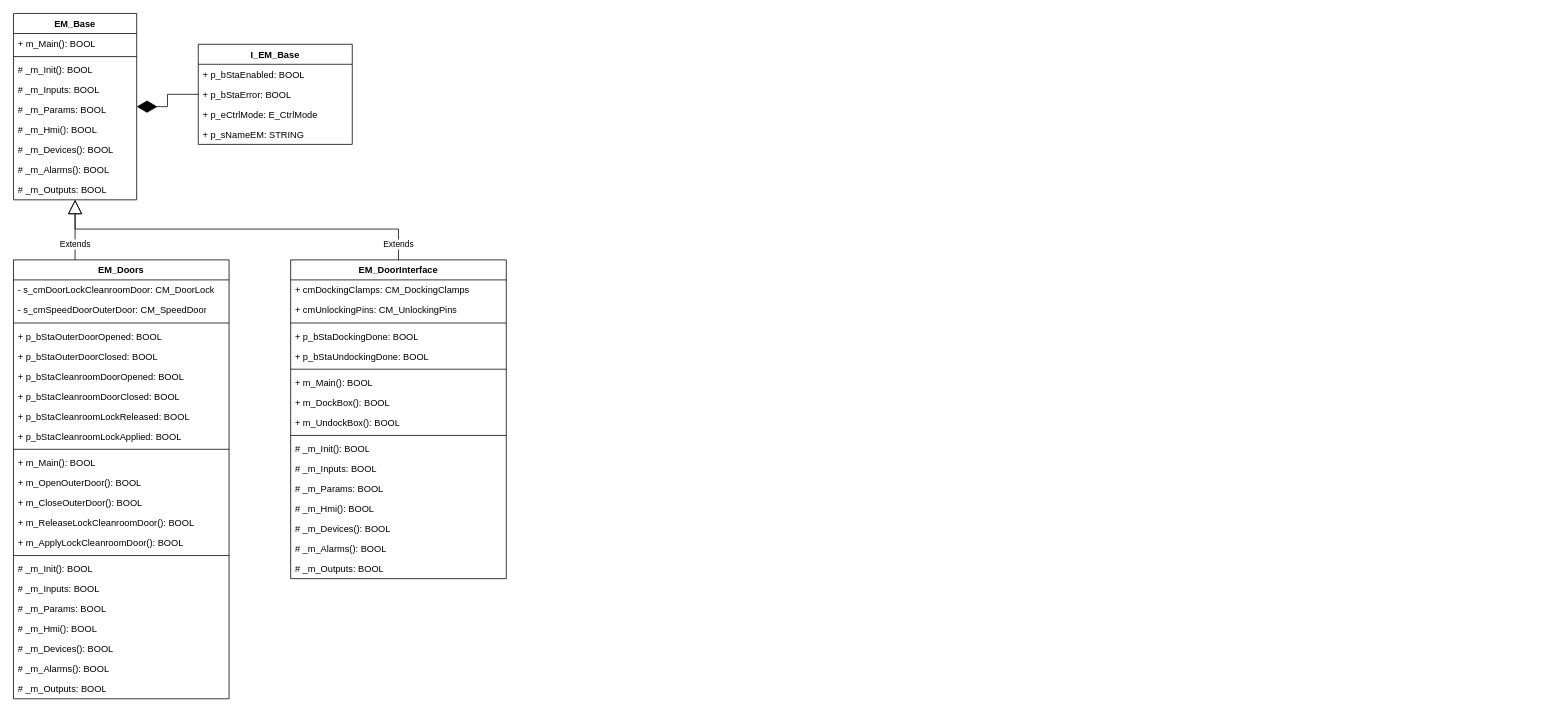
Above: page "EM's" (4 of 6) of Documentation/Software architecture.drawio in KMWE/KMWE_CleanroomConnect (draw.io), before the change. Source tidied: cells renumbered, new cells numbered last; positions are measured from the earlier drawing's top-left corner, leaving out a move shared by most shapes. Both pictures are drawn from the tidied source at 77%, with x=0, y=0 at pixel (13, 13).
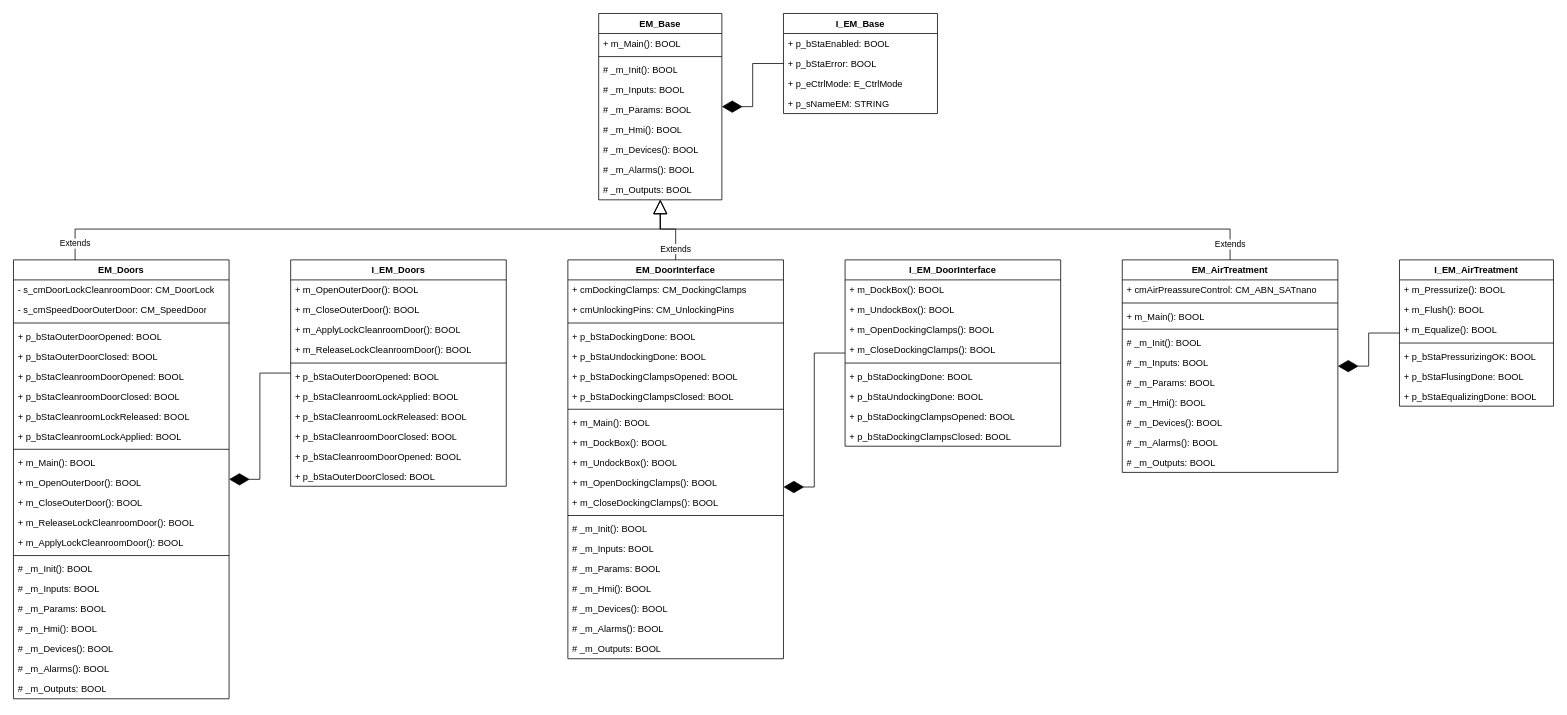
After the change.

Unchanged cells that the change refers to:
```xml
<mxCell id="18" value="EM_Doors" style="swimlane;fontStyle=1;align=center;verticalAlign=top;horizontal=1;startSize=26;whiteSpace=wrap;html=1;" parent="1" vertex="1">
  <mxGeometry y="320" width="280" height="570" as="geometry" />
</mxCell>
```

Change to the diagram source:
```diff
@@
     <mxCell id="2" value="EM_Base" style="swimlane;fontStyle=1;align=center;verticalAlign=top;horizontal=1;startSize=26;whiteSpace=wrap;html=1;" parent="1" vertex="1">
-      <mxGeometry width="160" height="242" as="geometry" />
+      <mxGeometry x="760" width="160" height="242" as="geometry" />
     </mxCell>
@@
     <mxCell id="12" value="I_EM_Base" style="swimlane;fontStyle=1;align=center;verticalAlign=top;horizontal=1;startSize=26;whiteSpace=wrap;html=1;" parent="1" vertex="1">
-      <mxGeometry x="240" y="40" width="200" height="130" as="geometry" />
+      <mxGeometry x="1000" width="200" height="130" as="geometry" />
     </mxCell>
@@
     <mxCell id="42" value="Extends" style="endArrow=block;endSize=16;endFill=0;html=1;rounded=0;edgeStyle=orthogonalEdgeStyle;" parent="1" edge="1" source="18" target="2">
-      <mxGeometry x="-0.49" relative="1" as="geometry">
+      <mxGeometry x="-0.95" relative="1" as="geometry">
         <Array as="points">
-          <mxPoint x="80" y="260" />
-          <mxPoint x="80" y="260" />
+          <mxPoint x="80" y="280" />
+          <mxPoint x="840" y="280" />
         </Array>
       </mxGeometry>
     </mxCell>
     <mxCell id="43" value="EM_DoorInterface" style="swimlane;fontStyle=1;align=center;verticalAlign=top;horizontal=1;startSize=26;whiteSpace=wrap;html=1;" parent="1" vertex="1">
-      <mxGeometry x="360" y="320" width="280" height="414" as="geometry" />
+      <mxGeometry x="720" y="320" width="280" height="518" as="geometry" />
     </mxCell>
@@
+    <mxCell id="62" value="+ p_bStaDockingClampsOpened: BOOL" style="text;strokeColor=none;fillColor=none;align=left;verticalAlign=top;spacingLeft=4;spacingRight=4;overflow=hidden;whiteSpace=wrap;html=1;" parent="43" vertex="1">
+      <mxGeometry y="138" width="280" height="26" as="geometry" />
+    </mxCell>
+    <mxCell id="63" value="+ p_bStaDockingClampsClosed: BOOL" style="text;strokeColor=none;fillColor=none;align=left;verticalAlign=top;spacingLeft=4;spacingRight=4;overflow=hidden;whiteSpace=wrap;html=1;" parent="43" vertex="1">
+      <mxGeometry y="164" width="280" height="26" as="geometry" />
+    </mxCell>
     <mxCell id="49" style="line;strokeWidth=1;fillColor=none;align=left;verticalAlign=middle;spacingTop=-1;spacingLeft=3;spacingRight=3;labelPosition=right;strokeColor=inherit;" parent="43" vertex="1">
-      <mxGeometry y="138" width="280" height="8" as="geometry" />
+      <mxGeometry y="190" width="280" height="8" as="geometry" />
     </mxCell>
     <mxCell id="50" value="+ m_Main(): BOOL" style="text;strokeColor=none;fillColor=none;align=left;verticalAlign=top;spacingLeft=4;spacingRight=4;overflow=hidden;whiteSpace=wrap;html=1;" parent="43" vertex="1">
-      <mxGeometry y="146" width="280" height="26" as="geometry" />
+      <mxGeometry y="198" width="280" height="26" as="geometry" />
     </mxCell>
     <mxCell id="51" value="+ m_DockBox(): BOOL" style="text;strokeColor=none;fillColor=none;align=left;verticalAlign=top;spacingLeft=4;spacingRight=4;overflow=hidden;whiteSpace=wrap;html=1;" parent="43" vertex="1">
-      <mxGeometry y="172" width="280" height="26" as="geometry" />
+      <mxGeometry y="224" width="280" height="26" as="geometry" />
     </mxCell>
     <mxCell id="52" value="+ m_UndockBox(): BOOL" style="text;strokeColor=none;fillColor=none;align=left;verticalAlign=top;spacingLeft=4;spacingRight=4;overflow=hidden;whiteSpace=wrap;html=1;" parent="43" vertex="1">
-      <mxGeometry y="198" width="280" height="26" as="geometry" />
+      <mxGeometry y="250" width="280" height="26" as="geometry" />
     </mxCell>
+    <mxCell id="64" value="+ m_OpenDockingClamps(): BOOL" style="text;strokeColor=none;fillColor=none;align=left;verticalAlign=top;spacingLeft=4;spacingRight=4;overflow=hidden;whiteSpace=wrap;html=1;" parent="43" vertex="1">
+      <mxGeometry y="276" width="280" height="26" as="geometry" />
+    </mxCell>
+    <mxCell id="65" value="+ m_CloseDockingClamps(): BOOL" style="text;strokeColor=none;fillColor=none;align=left;verticalAlign=top;spacingLeft=4;spacingRight=4;overflow=hidden;whiteSpace=wrap;html=1;" parent="43" vertex="1">
+      <mxGeometry y="302" width="280" height="26" as="geometry" />
+    </mxCell>
     <mxCell id="53" style="line;strokeWidth=1;fillColor=none;align=left;verticalAlign=middle;spacingTop=-1;spacingLeft=3;spacingRight=3;labelPosition=right;strokeColor=inherit;" parent="43" vertex="1">
-      <mxGeometry y="224" width="280" height="8" as="geometry" />
+      <mxGeometry y="328" width="280" height="8" as="geometry" />
     </mxCell>
     <mxCell id="54" value="# _m_Init(): BOOL" style="text;strokeColor=none;fillColor=none;align=left;verticalAlign=top;spacingLeft=4;spacingRight=4;overflow=hidden;whiteSpace=wrap;html=1;" parent="43" vertex="1">
-      <mxGeometry y="232" width="280" height="26" as="geometry" />
+      <mxGeometry y="336" width="280" height="26" as="geometry" />
     </mxCell>
     <mxCell id="55" value="# _m_Inputs: BOOL" style="text;strokeColor=none;fillColor=none;align=left;verticalAlign=top;spacingLeft=4;spacingRight=4;overflow=hidden;whiteSpace=wrap;html=1;" parent="43" vertex="1">
-      <mxGeometry y="258" width="280" height="26" as="geometry" />
+      <mxGeometry y="362" width="280" height="26" as="geometry" />
     </mxCell>
     <mxCell id="56" value="# _m_Params: BOOL" style="text;strokeColor=none;fillColor=none;align=left;verticalAlign=top;spacingLeft=4;spacingRight=4;overflow=hidden;whiteSpace=wrap;html=1;" parent="43" vertex="1">
-      <mxGeometry y="284" width="280" height="26" as="geometry" />
+      <mxGeometry y="388" width="280" height="26" as="geometry" />
     </mxCell>
     <mxCell id="57" value="# _m_Hmi(): BOOL" style="text;strokeColor=none;fillColor=none;align=left;verticalAlign=top;spacingLeft=4;spacingRight=4;overflow=hidden;whiteSpace=wrap;html=1;" parent="43" vertex="1">
-      <mxGeometry y="310" width="280" height="26" as="geometry" />
+      <mxGeometry y="414" width="280" height="26" as="geometry" />
     </mxCell>
     <mxCell id="58" value="# _m_Devices(): BOOL" style="text;strokeColor=none;fillColor=none;align=left;verticalAlign=top;spacingLeft=4;spacingRight=4;overflow=hidden;whiteSpace=wrap;html=1;" parent="43" vertex="1">
-      <mxGeometry y="336" width="280" height="26" as="geometry" />
+      <mxGeometry y="440" width="280" height="26" as="geometry" />
     </mxCell>
     <mxCell id="59" value="# _m_Alarms(): BOOL" style="text;strokeColor=none;fillColor=none;align=left;verticalAlign=top;spacingLeft=4;spacingRight=4;overflow=hidden;whiteSpace=wrap;html=1;" parent="43" vertex="1">
-      <mxGeometry y="362" width="280" height="26" as="geometry" />
+      <mxGeometry y="466" width="280" height="26" as="geometry" />
     </mxCell>
     <mxCell id="60" value="# _m_Outputs: BOOL" style="text;strokeColor=none;fillColor=none;align=left;verticalAlign=top;spacingLeft=4;spacingRight=4;overflow=hidden;whiteSpace=wrap;html=1;" parent="43" vertex="1">
-      <mxGeometry y="388" width="280" height="26" as="geometry" />
+      <mxGeometry y="492" width="280" height="26" as="geometry" />
     </mxCell>
     <mxCell id="61" value="Extends" style="endArrow=block;endSize=16;endFill=0;html=1;rounded=0;edgeStyle=orthogonalEdgeStyle;" parent="1" edge="1" source="43" target="2">
-      <mxGeometry x="-0.92" relative="1" as="geometry">
+      <mxGeometry x="-0.71" relative="1" as="geometry">
         <Array as="points">
-          <mxPoint x="500" y="280" />
-          <mxPoint x="80" y="280" />
+          <mxPoint x="860" y="280" />
+          <mxPoint x="840" y="280" />
         </Array>
       </mxGeometry>
     </mxCell>
+    <mxCell id="66" value="I_EM_Doors" style="swimlane;fontStyle=1;align=center;verticalAlign=top;horizontal=1;startSize=26;whiteSpace=wrap;html=1;" parent="1" vertex="1">
+      <mxGeometry x="360" y="320" width="280" height="294" as="geometry" />
+    </mxCell>
+    <mxCell id="67" value="+ m_OpenOuterDoor(): BOOL" style="text;strokeColor=none;fillColor=none;align=left;verticalAlign=top;spacingLeft=4;spacingRight=4;overflow=hidden;whiteSpace=wrap;html=1;sketch=1;curveFitting=1;jiggle=2;" parent="66" vertex="1">
+      <mxGeometry y="26" width="280" height="26" as="geometry" />
+    </mxCell>
+    <mxCell id="68" value="+ m_CloseOuterDoor(): BOOL" style="text;strokeColor=none;fillColor=none;align=left;verticalAlign=top;spacingLeft=4;spacingRight=4;overflow=hidden;whiteSpace=wrap;html=1;sketch=1;curveFitting=1;jiggle=2;" parent="66" vertex="1">
+      <mxGeometry y="52" width="280" height="26" as="geometry" />
+    </mxCell>
+    <mxCell id="69" value="+ m_ApplyLockCleanroomDoor&lt;span style=&quot;background-color: initial;&quot;&gt;(): BOOL&lt;/span&gt;" style="text;strokeColor=none;fillColor=none;align=left;verticalAlign=top;spacingLeft=4;spacingRight=4;overflow=hidden;whiteSpace=wrap;html=1;sketch=1;curveFitting=1;jiggle=2;" parent="66" vertex="1">
+      <mxGeometry y="78" width="280" height="26" as="geometry" />
+    </mxCell>
+    <mxCell id="70" value="+ m_ReleaseLockCleanroomDoor&lt;span style=&quot;background-color: initial;&quot;&gt;(): BOOL&lt;/span&gt;" style="text;strokeColor=none;fillColor=none;align=left;verticalAlign=top;spacingLeft=4;spacingRight=4;overflow=hidden;whiteSpace=wrap;html=1;sketch=1;curveFitting=1;jiggle=2;" parent="66" vertex="1">
+      <mxGeometry y="104" width="280" height="26" as="geometry" />
+    </mxCell>
+    <mxCell id="71" style="line;strokeWidth=1;fillColor=none;align=left;verticalAlign=middle;spacingTop=-1;spacingLeft=3;spacingRight=3;labelPosition=right;strokeColor=inherit;" parent="66" vertex="1">
+      <mxGeometry y="130" width="280" height="8" as="geometry" />
+    </mxCell>
+    <mxCell id="72" value="+ p_bStaOuterDoorOpened: BOOL" style="text;strokeColor=none;fillColor=none;align=left;verticalAlign=top;spacingLeft=4;spacingRight=4;overflow=hidden;whiteSpace=wrap;html=1;" parent="66" vertex="1">
+      <mxGeometry y="138" width="280" height="26" as="geometry" />
+    </mxCell>
+    <mxCell id="73" value="+ p_bStaCleanroomLockApplied&lt;span style=&quot;background-color: initial;&quot;&gt;: BOOL&lt;/span&gt;" style="text;strokeColor=none;fillColor=none;align=left;verticalAlign=top;spacingLeft=4;spacingRight=4;overflow=hidden;whiteSpace=wrap;html=1;sketch=1;curveFitting=1;jiggle=2;" parent="66" vertex="1">
+      <mxGeometry y="164" width="280" height="26" as="geometry" />
+    </mxCell>
+    <mxCell id="74" value="+ p_bStaCleanroom&lt;span style=&quot;background-color: initial;&quot;&gt;LockReleased: BOOL&lt;/span&gt;" style="text;strokeColor=none;fillColor=none;align=left;verticalAlign=top;spacingLeft=4;spacingRight=4;overflow=hidden;whiteSpace=wrap;html=1;sketch=1;curveFitting=1;jiggle=2;" parent="66" vertex="1">
+      <mxGeometry y="190" width="280" height="26" as="geometry" />
+    </mxCell>
+    <mxCell id="75" value="+ p_bStaCleanroomDoorClosed&lt;span style=&quot;background-color: initial;&quot;&gt;: BOOL&lt;/span&gt;" style="text;strokeColor=none;fillColor=none;align=left;verticalAlign=top;spacingLeft=4;spacingRight=4;overflow=hidden;whiteSpace=wrap;html=1;sketch=1;curveFitting=1;jiggle=2;" parent="66" vertex="1">
+      <mxGeometry y="216" width="280" height="26" as="geometry" />
+    </mxCell>
+    <mxCell id="76" value="+ p_bStaCleanroom&lt;span style=&quot;background-color: initial;&quot;&gt;DoorOpened: BOOL&lt;/span&gt;" style="text;strokeColor=none;fillColor=none;align=left;verticalAlign=top;spacingLeft=4;spacingRight=4;overflow=hidden;whiteSpace=wrap;html=1;sketch=1;curveFitting=1;jiggle=2;" parent="66" vertex="1">
+      <mxGeometry y="242" width="280" height="26" as="geometry" />
+    </mxCell>
+    <mxCell id="77" value="+ p_bStaOuterDoorClosed&lt;span style=&quot;background-color: initial;&quot;&gt;: BOOL&lt;/span&gt;" style="text;strokeColor=none;fillColor=none;align=left;verticalAlign=top;spacingLeft=4;spacingRight=4;overflow=hidden;whiteSpace=wrap;html=1;sketch=1;curveFitting=1;jiggle=2;" parent="66" vertex="1">
+      <mxGeometry y="268" width="280" height="26" as="geometry" />
+    </mxCell>
+    <mxCell id="78" value="I_EM_DoorInterface" style="swimlane;fontStyle=1;align=center;verticalAlign=top;horizontal=1;startSize=26;whiteSpace=wrap;html=1;glass=0;swimlaneLine=1;rounded=0;shadow=0;" parent="1" vertex="1">
+      <mxGeometry x="1080" y="320" width="280" height="242" as="geometry" />
+    </mxCell>
+    <mxCell id="79" value="+ m_DockBox(): BOOL" style="text;strokeColor=none;fillColor=none;align=left;verticalAlign=top;spacingLeft=4;spacingRight=4;overflow=hidden;whiteSpace=wrap;html=1;sketch=1;curveFitting=1;jiggle=2;" parent="78" vertex="1">
+      <mxGeometry y="26" width="280" height="26" as="geometry" />
+    </mxCell>
+    <mxCell id="80" value="+ m_UndockBox(): BOOL" style="text;strokeColor=none;fillColor=none;align=left;verticalAlign=top;spacingLeft=4;spacingRight=4;overflow=hidden;whiteSpace=wrap;html=1;sketch=1;curveFitting=1;jiggle=2;" parent="78" vertex="1">
+      <mxGeometry y="52" width="280" height="26" as="geometry" />
+    </mxCell>
+    <mxCell id="81" value="+ m_OpenDockingClamps(): BOOL" style="text;strokeColor=none;fillColor=none;align=left;verticalAlign=top;spacingLeft=4;spacingRight=4;overflow=hidden;whiteSpace=wrap;html=1;" parent="78" vertex="1">
+      <mxGeometry y="78" width="280" height="26" as="geometry" />
+    </mxCell>
+    <mxCell id="82" value="+ m_CloseDockingClamps(): BOOL" style="text;strokeColor=none;fillColor=none;align=left;verticalAlign=top;spacingLeft=4;spacingRight=4;overflow=hidden;whiteSpace=wrap;html=1;" parent="78" vertex="1">
+      <mxGeometry y="104" width="280" height="26" as="geometry" />
+    </mxCell>
+    <mxCell id="83" style="line;strokeWidth=1;fillColor=none;align=left;verticalAlign=middle;spacingTop=-1;spacingLeft=3;spacingRight=3;labelPosition=right;strokeColor=inherit;" parent="78" vertex="1">
+      <mxGeometry y="130" width="280" height="8" as="geometry" />
+    </mxCell>
+    <mxCell id="84" value="+ p_bStaDocking&lt;span style=&quot;background-color: initial;&quot;&gt;Done: BOOL&lt;/span&gt;" style="text;strokeColor=none;fillColor=none;align=left;verticalAlign=top;spacingLeft=4;spacingRight=4;overflow=hidden;whiteSpace=wrap;html=1;sketch=1;curveFitting=1;jiggle=2;" parent="78" vertex="1">
+      <mxGeometry y="138" width="280" height="26" as="geometry" />
+    </mxCell>
+    <mxCell id="85" value="+ p_bStaUndockingDone: BOOL" style="text;strokeColor=none;fillColor=none;align=left;verticalAlign=top;spacingLeft=4;spacingRight=4;overflow=hidden;whiteSpace=wrap;html=1;sketch=1;curveFitting=1;jiggle=2;" parent="78" vertex="1">
+      <mxGeometry y="164" width="280" height="26" as="geometry" />
+    </mxCell>
+    <mxCell id="86" value="+ p_bStaDockingClampsOpened: BOOL" style="text;strokeColor=none;fillColor=none;align=left;verticalAlign=top;spacingLeft=4;spacingRight=4;overflow=hidden;whiteSpace=wrap;html=1;" parent="78" vertex="1">
+      <mxGeometry y="190" width="280" height="26" as="geometry" />
+    </mxCell>
+    <mxCell id="87" value="+ p_bStaDockingClampsClosed: BOOL" style="text;strokeColor=none;fillColor=none;align=left;verticalAlign=top;spacingLeft=4;spacingRight=4;overflow=hidden;whiteSpace=wrap;html=1;" parent="78" vertex="1">
+      <mxGeometry y="216" width="280" height="26" as="geometry" />
+    </mxCell>
+    <mxCell id="88" value="I_EM_AirTreatment" style="swimlane;fontStyle=1;align=center;verticalAlign=top;horizontal=1;startSize=26;whiteSpace=wrap;html=1;" parent="1" vertex="1">
+      <mxGeometry x="1800" y="320" width="200" height="190" as="geometry" />
+    </mxCell>
+    <mxCell id="89" value="+ m_Pressurize(): BOOL" style="text;strokeColor=none;fillColor=none;align=left;verticalAlign=top;spacingLeft=4;spacingRight=4;overflow=hidden;whiteSpace=wrap;html=1;" parent="88" vertex="1">
+      <mxGeometry y="26" width="200" height="26" as="geometry" />
+    </mxCell>
+    <mxCell id="90" value="+ m_Flush(): BOOL" style="text;strokeColor=none;fillColor=none;align=left;verticalAlign=top;spacingLeft=4;spacingRight=4;overflow=hidden;whiteSpace=wrap;html=1;" parent="88" vertex="1">
+      <mxGeometry y="52" width="200" height="26" as="geometry" />
+    </mxCell>
+    <mxCell id="91" value="+ m_Equalize(): BOOL" style="text;strokeColor=none;fillColor=none;align=left;verticalAlign=top;spacingLeft=4;spacingRight=4;overflow=hidden;whiteSpace=wrap;html=1;" parent="88" vertex="1">
+      <mxGeometry y="78" width="200" height="26" as="geometry" />
+    </mxCell>
+    <mxCell id="92" style="line;strokeWidth=1;fillColor=none;align=left;verticalAlign=middle;spacingTop=-1;spacingLeft=3;spacingRight=3;labelPosition=right;strokeColor=inherit;" parent="88" vertex="1">
+      <mxGeometry y="104" width="200" height="8" as="geometry" />
+    </mxCell>
+    <mxCell id="93" value="+ p_bStaPressurizingOK&lt;span style=&quot;background-color: initial;&quot;&gt;: BOOL&lt;/span&gt;" style="text;strokeColor=none;fillColor=none;align=left;verticalAlign=top;spacingLeft=4;spacingRight=4;overflow=hidden;whiteSpace=wrap;html=1;" parent="88" vertex="1">
+      <mxGeometry y="112" width="200" height="26" as="geometry" />
+    </mxCell>
+    <mxCell id="94" value="+ p_bStaFlusingDone: BOOL" style="text;strokeColor=none;fillColor=none;align=left;verticalAlign=top;spacingLeft=4;spacingRight=4;overflow=hidden;whiteSpace=wrap;html=1;" parent="88" vertex="1">
+      <mxGeometry y="138" width="200" height="26" as="geometry" />
+    </mxCell>
+    <mxCell id="95" value="+ p_bStaEqualizingDone: BOOL" style="text;strokeColor=none;fillColor=none;align=left;verticalAlign=top;spacingLeft=4;spacingRight=4;overflow=hidden;whiteSpace=wrap;html=1;" parent="88" vertex="1">
+      <mxGeometry y="164" width="200" height="26" as="geometry" />
+    </mxCell>
+    <mxCell id="96" value="EM_AirTreatment" style="swimlane;fontStyle=1;align=center;verticalAlign=top;horizontal=1;startSize=26;whiteSpace=wrap;html=1;" parent="1" vertex="1">
+      <mxGeometry x="1440" y="320" width="280" height="276" as="geometry" />
+    </mxCell>
+    <mxCell id="97" value="+ cmAirPreassureControl&lt;span style=&quot;background-color: initial;&quot;&gt;: CM_ABN_SATnano&lt;/span&gt;" style="text;strokeColor=none;fillColor=none;align=left;verticalAlign=top;spacingLeft=4;spacingRight=4;overflow=hidden;whiteSpace=wrap;html=1;" parent="96" vertex="1">
+      <mxGeometry y="26" width="280" height="26" as="geometry" />
+    </mxCell>
+    <mxCell id="98" style="line;strokeWidth=1;fillColor=none;align=left;verticalAlign=middle;spacingTop=-1;spacingLeft=3;spacingRight=3;labelPosition=right;strokeColor=inherit;" parent="96" vertex="1">
+      <mxGeometry y="52" width="280" height="8" as="geometry" />
+    </mxCell>
+    <mxCell id="99" value="+ m_Main(): BOOL" style="text;strokeColor=none;fillColor=none;align=left;verticalAlign=top;spacingLeft=4;spacingRight=4;overflow=hidden;whiteSpace=wrap;html=1;" parent="96" vertex="1">
+      <mxGeometry y="60" width="280" height="26" as="geometry" />
+    </mxCell>
+    <mxCell id="100" style="line;strokeWidth=1;fillColor=none;align=left;verticalAlign=middle;spacingTop=-1;spacingLeft=3;spacingRight=3;labelPosition=right;strokeColor=inherit;" parent="96" vertex="1">
+      <mxGeometry y="86" width="280" height="8" as="geometry" />
+    </mxCell>
+    <mxCell id="101" value="# _m_Init(): BOOL" style="text;strokeColor=none;fillColor=none;align=left;verticalAlign=top;spacingLeft=4;spacingRight=4;overflow=hidden;whiteSpace=wrap;html=1;" parent="96" vertex="1">
+      <mxGeometry y="94" width="280" height="26" as="geometry" />
+    </mxCell>
+    <mxCell id="102" value="# _m_Inputs: BOOL" style="text;strokeColor=none;fillColor=none;align=left;verticalAlign=top;spacingLeft=4;spacingRight=4;overflow=hidden;whiteSpace=wrap;html=1;" parent="96" vertex="1">
+      <mxGeometry y="120" width="280" height="26" as="geometry" />
+    </mxCell>
+    <mxCell id="103" value="# _m_Params: BOOL" style="text;strokeColor=none;fillColor=none;align=left;verticalAlign=top;spacingLeft=4;spacingRight=4;overflow=hidden;whiteSpace=wrap;html=1;" parent="96" vertex="1">
+      <mxGeometry y="146" width="280" height="26" as="geometry" />
+    </mxCell>
+    <mxCell id="104" value="# _m_Hmi(): BOOL" style="text;strokeColor=none;fillColor=none;align=left;verticalAlign=top;spacingLeft=4;spacingRight=4;overflow=hidden;whiteSpace=wrap;html=1;" parent="96" vertex="1">
+      <mxGeometry y="172" width="280" height="26" as="geometry" />
+    </mxCell>
+    <mxCell id="105" value="# _m_Devices(): BOOL" style="text;strokeColor=none;fillColor=none;align=left;verticalAlign=top;spacingLeft=4;spacingRight=4;overflow=hidden;whiteSpace=wrap;html=1;" parent="96" vertex="1">
+      <mxGeometry y="198" width="280" height="26" as="geometry" />
+    </mxCell>
+    <mxCell id="106" value="# _m_Alarms(): BOOL" style="text;strokeColor=none;fillColor=none;align=left;verticalAlign=top;spacingLeft=4;spacingRight=4;overflow=hidden;whiteSpace=wrap;html=1;" parent="96" vertex="1">
+      <mxGeometry y="224" width="280" height="26" as="geometry" />
+    </mxCell>
+    <mxCell id="107" value="# _m_Outputs: BOOL" style="text;strokeColor=none;fillColor=none;align=left;verticalAlign=top;spacingLeft=4;spacingRight=4;overflow=hidden;whiteSpace=wrap;html=1;" parent="96" vertex="1">
+      <mxGeometry y="250" width="280" height="26" as="geometry" />
+    </mxCell>
+    <mxCell id="108" value="Extends" style="endArrow=block;endSize=16;endFill=0;html=1;rounded=0;edgeStyle=orthogonalEdgeStyle;" parent="1" edge="1" source="96" target="2">
+      <mxGeometry x="-0.95" relative="1" as="geometry">
+        <Array as="points">
+          <mxPoint x="1580" y="280" />
+          <mxPoint x="840" y="280" />
+        </Array>
+      </mxGeometry>
+    </mxCell>
+    <mxCell id="109" style="endArrow=diamondThin;endFill=1;endSize=24;html=1;rounded=0;edgeStyle=orthogonalEdgeStyle;" parent="1" edge="1" source="88" target="96">
+      <mxGeometry relative="1" as="geometry" />
+    </mxCell>
+    <mxCell id="110" style="endArrow=diamondThin;endFill=1;endSize=24;html=1;rounded=0;edgeStyle=orthogonalEdgeStyle;" parent="1" edge="1" source="66" target="18">
+      <mxGeometry relative="1" as="geometry">
+        <Array as="points">
+          <mxPoint x="320" y="467" />
+          <mxPoint x="320" y="605" />
+        </Array>
+      </mxGeometry>
+    </mxCell>
+    <mxCell id="111" style="endArrow=diamondThin;endFill=1;endSize=24;html=1;rounded=0;edgeStyle=orthogonalEdgeStyle;" parent="1" edge="1" source="78" target="43">
+      <mxGeometry relative="1" as="geometry">
+        <Array as="points">
+          <mxPoint x="1040" y="441" />
+          <mxPoint x="1040" y="615" />
+        </Array>
+      </mxGeometry>
+    </mxCell>
```
